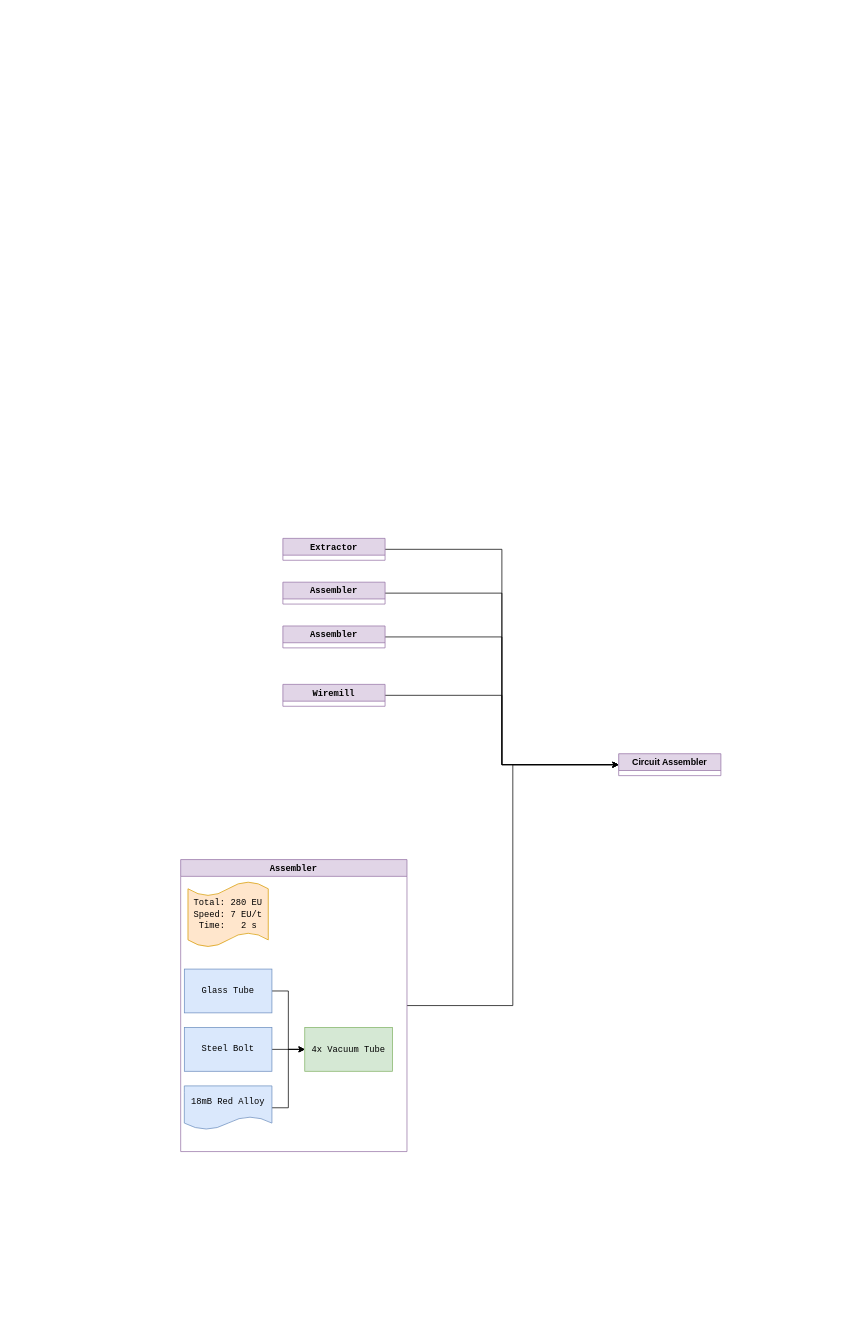
Above: Electronic Circuit.drawio in jkxyzyz/Draw-io-thingys-for-Nomifactory (draw.io), before the change. Source tidied: cells renumbered, new cells numbered last; positions are measured from the earlier drawing's top-left corner, leaving out a move shared by most shapes. Both pictures are drawn from the tidied source at 73%, with x=0, y=0 at pixel (180, 538).
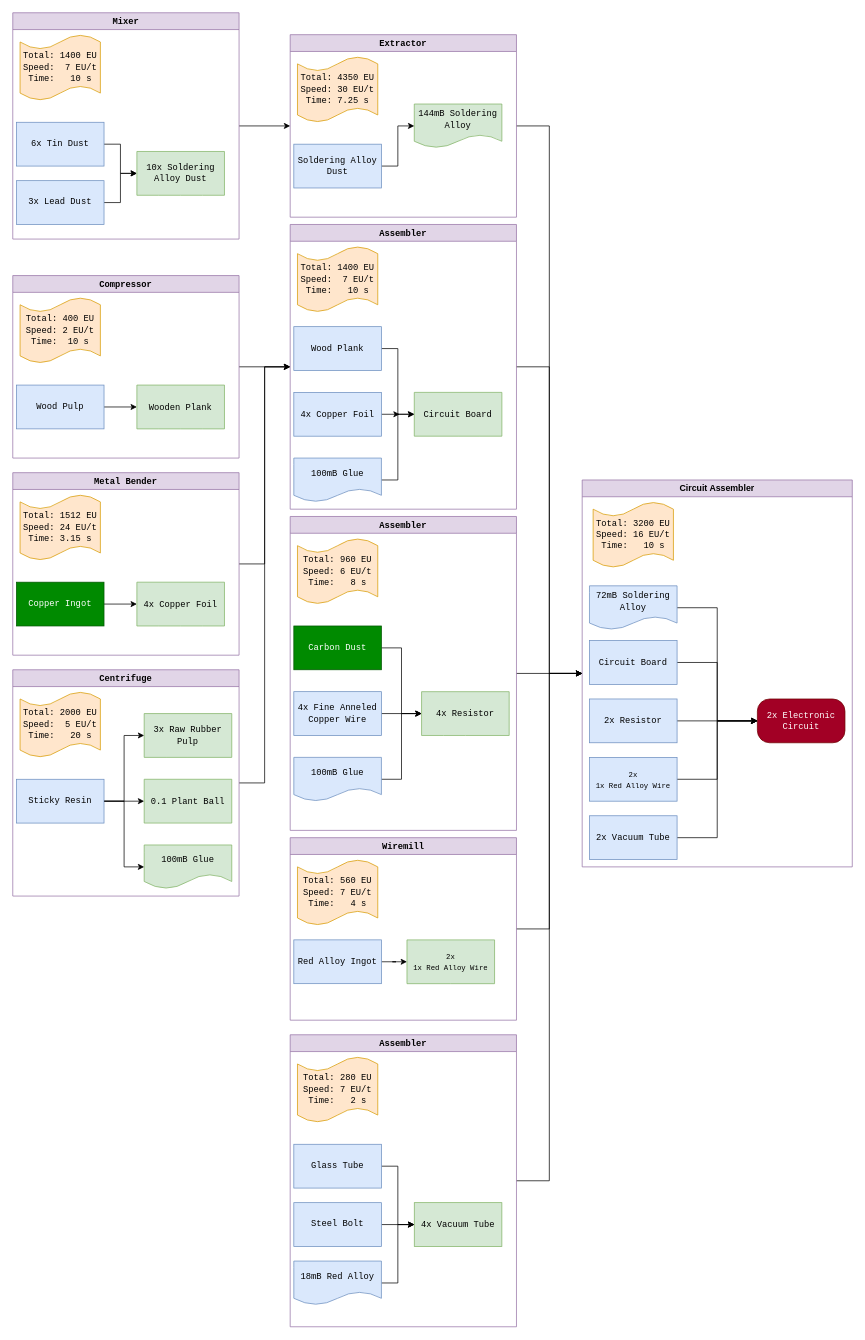
The same diagram, later.

What changed in the source:
```diff
@@
-    <mxCell id="2" value="Circuit Assembler" style="swimlane;whiteSpace=wrap;html=1;fillColor=#e1d5e7;strokeColor=#9673a6;" parent="1" vertex="1" collapsed="1">
-      <mxGeometry x="600" y="295" width="140" height="30" as="geometry" />
+    <mxCell id="2" value="Circuit Assembler" style="swimlane;whiteSpace=wrap;html=1;fillColor=#e1d5e7;strokeColor=#9673a6;" parent="1" vertex="1">
+      <mxGeometry x="550" y="-80" width="370" height="530" as="geometry" />
     </mxCell>
+    <mxCell id="21" value="&lt;font face=&quot;Courier New&quot;&gt;Total: 3200 EU&lt;br&gt;Speed: 16 EU/t&lt;br&gt;Time: &amp;nbsp; 10 s&lt;br&gt;&lt;/font&gt;" style="shape=tape;whiteSpace=wrap;html=1;fillColor=#ffe6cc;strokeColor=#d79b00;size=0.2222222222222222;" parent="2" vertex="1">
+      <mxGeometry x="15" y="30" width="110" height="90" as="geometry" />
+    </mxCell>
+    <mxCell id="22" value="&lt;font face=&quot;Courier New&quot;&gt;2x Electronic Circuit&lt;br&gt;&lt;/font&gt;" style="rounded=1;whiteSpace=wrap;html=1;fillColor=#a20025;strokeColor=#6F0000;arcSize=28;fontColor=#ffffff;" parent="2" vertex="1">
+      <mxGeometry x="240" y="300" width="120" height="60" as="geometry" />
+    </mxCell>
+    <mxCell id="23" style="edgeStyle=orthogonalEdgeStyle;rounded=0;jettySize=auto;html=1;entryX=0;entryY=0.5;entryDx=0;entryDy=0;" parent="2" edge="1" source="24" target="22">
+      <mxGeometry relative="1" as="geometry" />
+    </mxCell>
+    <mxCell id="24" value="&lt;font face=&quot;Courier New&quot;&gt;Circuit Board&lt;br&gt;&lt;/font&gt;" style="rounded=0;whiteSpace=wrap;html=1;fillColor=#dae8fc;strokeColor=#6c8ebf;" parent="2" vertex="1">
+      <mxGeometry x="10" y="220" width="120" height="60" as="geometry" />
+    </mxCell>
+    <mxCell id="25" style="edgeStyle=orthogonalEdgeStyle;rounded=0;jettySize=auto;html=1;entryX=0;entryY=0.5;entryDx=0;entryDy=0;" parent="2" edge="1" source="26" target="22">
+      <mxGeometry relative="1" as="geometry" />
+    </mxCell>
+    <mxCell id="26" value="&lt;font face=&quot;Courier New&quot;&gt;72mB Soldering Alloy&lt;br&gt;&lt;/font&gt;" style="rounded=0;whiteSpace=wrap;html=1;fillColor=#dae8fc;strokeColor=#6c8ebf;shape=document;boundedLbl=1;" parent="2" vertex="1">
+      <mxGeometry x="10" y="145" width="120" height="60" as="geometry" />
+    </mxCell>
+    <mxCell id="27" style="edgeStyle=orthogonalEdgeStyle;rounded=0;jettySize=auto;html=1;entryX=0;entryY=0.5;entryDx=0;entryDy=0;" parent="2" edge="1" source="28" target="22">
+      <mxGeometry relative="1" as="geometry" />
+    </mxCell>
+    <mxCell id="28" value="&lt;font face=&quot;Courier New&quot;&gt;2x Resistor&lt;/font&gt;" style="rounded=0;whiteSpace=wrap;html=1;fillColor=#dae8fc;strokeColor=#6c8ebf;" parent="2" vertex="1">
+      <mxGeometry x="10" y="300" width="120" height="60" as="geometry" />
+    </mxCell>
+    <mxCell id="29" style="edgeStyle=orthogonalEdgeStyle;rounded=0;jettySize=auto;html=1;entryX=0;entryY=0.5;entryDx=0;entryDy=0;" parent="2" edge="1" source="30" target="22">
+      <mxGeometry relative="1" as="geometry" />
+    </mxCell>
+    <mxCell id="30" value="&lt;font style=&quot;font-size: 10px;&quot; face=&quot;Courier New&quot;&gt;2x &lt;br&gt;1x Red Alloy Wire &lt;br&gt;&lt;/font&gt;" style="rounded=0;whiteSpace=wrap;html=1;fillColor=#dae8fc;strokeColor=#6c8ebf;" parent="2" vertex="1">
+      <mxGeometry x="10" y="380" width="120" height="60" as="geometry" />
+    </mxCell>
+    <mxCell id="31" style="edgeStyle=orthogonalEdgeStyle;rounded=0;jettySize=auto;html=1;entryX=0;entryY=0.5;entryDx=0;entryDy=0;" parent="2" edge="1" source="32" target="22">
+      <mxGeometry relative="1" as="geometry" />
+    </mxCell>
+    <mxCell id="32" value="&lt;font face=&quot;Courier New&quot;&gt;2x Vacuum Tube&lt;br&gt;&lt;/font&gt;" style="rounded=0;whiteSpace=wrap;html=1;fillColor=#dae8fc;strokeColor=#6c8ebf;" parent="2" vertex="1">
+      <mxGeometry x="10" y="460" width="120" height="60" as="geometry" />
+    </mxCell>
@@
-    <mxCell id="4" value="&lt;font face=&quot;Courier New&quot;&gt;Extractor&lt;/font&gt;" style="swimlane;whiteSpace=wrap;html=1;fillColor=#e1d5e7;strokeColor=#9673a6;" parent="1" vertex="1" collapsed="1">
-      <mxGeometry x="140" width="140" height="30" as="geometry" />
+    <mxCell id="4" value="&lt;font face=&quot;Courier New&quot;&gt;Extractor&lt;/font&gt;" style="swimlane;whiteSpace=wrap;html=1;fillColor=#e1d5e7;strokeColor=#9673a6;" parent="1" vertex="1">
+      <mxGeometry x="150" y="-690" width="310" height="250" as="geometry" />
     </mxCell>
+    <mxCell id="33" value="&lt;font face=&quot;Courier New&quot;&gt;Total: 4350 EU&lt;br&gt;Speed: 30 EU/t&lt;br&gt;Time: 7.25 s&lt;br&gt;&lt;/font&gt;" style="shape=tape;whiteSpace=wrap;html=1;fillColor=#ffe6cc;strokeColor=#d79b00;size=0.2222222222222222;" parent="4" vertex="1">
+      <mxGeometry x="10" y="30" width="110" height="90" as="geometry" />
+    </mxCell>
+    <mxCell id="34" value="&lt;font face=&quot;Courier New&quot;&gt;144mB Soldering Alloy&lt;br&gt;&lt;/font&gt;" style="rounded=0;whiteSpace=wrap;html=1;fillColor=#d5e8d4;strokeColor=#82b366;shape=document;boundedLbl=1;" parent="4" vertex="1">
+      <mxGeometry x="170" y="95" width="120" height="60" as="geometry" />
+    </mxCell>
+    <mxCell id="35" style="edgeStyle=orthogonalEdgeStyle;rounded=0;jettySize=auto;html=1;entryX=0;entryY=0.5;entryDx=0;entryDy=0;" parent="4" edge="1" source="36" target="34">
+      <mxGeometry relative="1" as="geometry" />
+    </mxCell>
+    <mxCell id="36" value="Soldering Alloy Dust" style="rounded=0;whiteSpace=wrap;html=1;fontFamily=Courier New;fillColor=#dae8fc;strokeColor=#6c8ebf;" parent="4" vertex="1">
+      <mxGeometry x="5" y="150" width="120" height="60" as="geometry" />
+    </mxCell>
@@
-    <mxCell id="6" value="&lt;font face=&quot;Courier New&quot;&gt;Assembler&lt;/font&gt;" style="swimlane;whiteSpace=wrap;html=1;fillColor=#e1d5e7;strokeColor=#9673a6;" parent="1" vertex="1" collapsed="1">
-      <mxGeometry x="140" y="60" width="140" height="30" as="geometry" />
+    <mxCell id="6" value="&lt;font face=&quot;Courier New&quot;&gt;Assembler&lt;/font&gt;" style="swimlane;whiteSpace=wrap;html=1;fillColor=#e1d5e7;strokeColor=#9673a6;" parent="1" vertex="1">
+      <mxGeometry x="150" y="-30" width="310" height="430" as="geometry" />
     </mxCell>
+    <mxCell id="37" value="&lt;font face=&quot;Courier New&quot;&gt;Total: 960 EU&lt;br&gt;Speed: 6 EU/t&lt;br&gt;Time: &amp;nbsp; 8 s&lt;br&gt;&lt;/font&gt;" style="shape=tape;whiteSpace=wrap;html=1;fillColor=#ffe6cc;strokeColor=#d79b00;size=0.2222222222222222;" parent="6" vertex="1">
+      <mxGeometry x="10" y="30" width="110" height="90" as="geometry" />
+    </mxCell>
+    <mxCell id="38" value="&lt;font face=&quot;Courier New&quot;&gt;4x Resistor&lt;br&gt;&lt;/font&gt;" style="rounded=0;whiteSpace=wrap;html=1;fillColor=#d5e8d4;strokeColor=#82b366;shape=document;boundedLbl=1;size=0;" parent="6" vertex="1">
+      <mxGeometry x="180" y="240" width="120" height="60" as="geometry" />
+    </mxCell>
+    <mxCell id="39" style="edgeStyle=orthogonalEdgeStyle;rounded=0;jettySize=auto;html=1;entryX=0;entryY=0.5;entryDx=0;entryDy=0;" parent="6" edge="1" source="40" target="38">
+      <mxGeometry relative="1" as="geometry" />
+    </mxCell>
+    <mxCell id="40" value="&lt;font face=&quot;Courier New&quot;&gt;Carbon Dust&lt;br&gt;&lt;/font&gt;" style="rounded=0;whiteSpace=wrap;html=1;fillColor=#008a00;strokeColor=#005700;align=center;verticalAlign=middle;fontFamily=Courier New;fontSize=12;fontColor=#ffffff;" parent="6" vertex="1">
+      <mxGeometry x="5" y="150" width="120" height="60" as="geometry" />
+    </mxCell>
+    <mxCell id="41" style="edgeStyle=orthogonalEdgeStyle;rounded=0;jettySize=auto;html=1;entryX=0;entryY=0.5;entryDx=0;entryDy=0;" parent="6" edge="1" source="42" target="38">
+      <mxGeometry relative="1" as="geometry" />
+    </mxCell>
+    <mxCell id="42" value="&lt;font face=&quot;Courier New&quot;&gt;4x Fine Anneled Copper Wire&lt;br&gt;&lt;/font&gt;" style="rounded=0;whiteSpace=wrap;html=1;fillColor=#dae8fc;strokeColor=#6c8ebf;" parent="6" vertex="1">
+      <mxGeometry x="5" y="240" width="120" height="60" as="geometry" />
+    </mxCell>
+    <mxCell id="43" style="edgeStyle=orthogonalEdgeStyle;rounded=0;jettySize=auto;html=1;entryX=0;entryY=0.5;entryDx=0;entryDy=0;" parent="6" edge="1" source="44" target="38">
+      <mxGeometry relative="1" as="geometry" />
+    </mxCell>
+    <mxCell id="44" value="&lt;font face=&quot;Courier New&quot;&gt;100mB Glue&lt;br&gt;&lt;/font&gt;" style="shape=document;whiteSpace=wrap;html=1;boundedLbl=1;fillColor=#dae8fc;strokeColor=#6c8ebf;" parent="6" vertex="1">
+      <mxGeometry x="5" y="330" width="120" height="60" as="geometry" />
+    </mxCell>
@@
-    <mxCell id="8" value="&lt;font face=&quot;Courier New&quot;&gt;Assembler&lt;/font&gt;" style="swimlane;whiteSpace=wrap;html=1;fillColor=#e1d5e7;strokeColor=#9673a6;" parent="1" vertex="1" collapsed="1">
-      <mxGeometry x="140" y="120" width="140" height="30" as="geometry" />
+    <mxCell id="8" value="&lt;font face=&quot;Courier New&quot;&gt;Assembler&lt;/font&gt;" style="swimlane;whiteSpace=wrap;html=1;fillColor=#e1d5e7;strokeColor=#9673a6;" parent="1" vertex="1">
+      <mxGeometry x="150" y="-430" width="310" height="390" as="geometry" />
     </mxCell>
+    <mxCell id="45" value="&lt;font face=&quot;Courier New&quot;&gt;Total: 1400 EU&lt;br&gt;Speed:&amp;nbsp; 7 EU/t&lt;br&gt;Time: &amp;nbsp; 10 s&lt;br&gt;&lt;/font&gt;" style="shape=tape;whiteSpace=wrap;html=1;fillColor=#ffe6cc;strokeColor=#d79b00;size=0.2222222222222222;" parent="8" vertex="1">
+      <mxGeometry x="10" y="30" width="110" height="90" as="geometry" />
+    </mxCell>
+    <mxCell id="46" value="&lt;font face=&quot;Courier New&quot;&gt;Circuit Board&lt;br&gt;&lt;/font&gt;" style="rounded=0;whiteSpace=wrap;html=1;fillColor=#d5e8d4;strokeColor=#82b366;shape=document;boundedLbl=1;size=0;" parent="8" vertex="1">
+      <mxGeometry x="170" y="230" width="120" height="60" as="geometry" />
+    </mxCell>
+    <mxCell id="47" style="edgeStyle=orthogonalEdgeStyle;rounded=0;jettySize=auto;html=1;entryX=0;entryY=0.5;entryDx=0;entryDy=0;" parent="8" edge="1" source="48" target="46">
+      <mxGeometry relative="1" as="geometry" />
+    </mxCell>
+    <mxCell id="48" value="&lt;font face=&quot;Courier New&quot;&gt;Wood Plank&lt;br&gt;&lt;/font&gt;" style="rounded=0;whiteSpace=wrap;html=1;fillColor=#dae8fc;strokeColor=#6c8ebf;" parent="8" vertex="1">
+      <mxGeometry x="5" y="140" width="120" height="60" as="geometry" />
+    </mxCell>
+    <mxCell id="49" style="edgeStyle=orthogonalEdgeStyle;rounded=0;jettySize=auto;html=1;" parent="8" edge="1" source="50">
+      <mxGeometry relative="1" as="geometry">
+        <mxPoint x="150" y="260" as="targetPoint" />
+      </mxGeometry>
+    </mxCell>
+    <mxCell id="50" value="&lt;font face=&quot;Courier New&quot;&gt;4x Copper Foil&lt;br&gt;&lt;/font&gt;" style="rounded=0;whiteSpace=wrap;html=1;fillColor=#dae8fc;strokeColor=#6c8ebf;" parent="8" vertex="1">
+      <mxGeometry x="5" y="230" width="120" height="60" as="geometry" />
+    </mxCell>
+    <mxCell id="51" style="edgeStyle=orthogonalEdgeStyle;rounded=0;jettySize=auto;html=1;entryX=0;entryY=0.5;entryDx=0;entryDy=0;" parent="8" edge="1" source="52" target="46">
+      <mxGeometry relative="1" as="geometry" />
+    </mxCell>
+    <mxCell id="52" value="&lt;font face=&quot;Courier New&quot;&gt;100mB Glue&lt;br&gt;&lt;/font&gt;" style="shape=document;whiteSpace=wrap;html=1;boundedLbl=1;fillColor=#dae8fc;strokeColor=#6c8ebf;" parent="8" vertex="1">
+      <mxGeometry x="5" y="320" width="120" height="60" as="geometry" />
+    </mxCell>
@@
-    <mxCell id="10" value="&lt;font face=&quot;Courier New&quot;&gt;Wiremill&lt;/font&gt;" style="swimlane;whiteSpace=wrap;html=1;fillColor=#e1d5e7;strokeColor=#9673a6;" parent="1" vertex="1" collapsed="1">
-      <mxGeometry x="140" y="200" width="140" height="30" as="geometry" />
+    <mxCell id="10" value="&lt;font face=&quot;Courier New&quot;&gt;Wiremill&lt;/font&gt;" style="swimlane;whiteSpace=wrap;html=1;fillColor=#e1d5e7;strokeColor=#9673a6;" parent="1" vertex="1">
+      <mxGeometry x="150" y="410" width="310" height="250" as="geometry" />
     </mxCell>
+    <mxCell id="53" value="&lt;font face=&quot;Courier New&quot;&gt;Total: 560 EU&lt;br&gt;Speed: 7 EU/t&lt;br&gt;Time: &amp;nbsp; 4 s&lt;br&gt;&lt;/font&gt;" style="shape=tape;whiteSpace=wrap;html=1;fillColor=#ffe6cc;strokeColor=#d79b00;size=0.2222222222222222;" parent="10" vertex="1">
+      <mxGeometry x="10" y="30" width="110" height="90" as="geometry" />
+    </mxCell>
+    <mxCell id="54" value="&lt;font style=&quot;font-size: 10px;&quot; face=&quot;Courier New&quot;&gt;2x &lt;br&gt;1x Red Alloy Wire &lt;br&gt;&lt;/font&gt;" style="rounded=0;whiteSpace=wrap;html=1;fillColor=#d5e8d4;strokeColor=#82b366;shape=document;boundedLbl=1;size=0;" parent="10" vertex="1">
+      <mxGeometry x="160" y="140" width="120" height="60" as="geometry" />
+    </mxCell>
+    <mxCell id="55" style="edgeStyle=orthogonalEdgeStyle;rounded=0;jettySize=auto;html=1;entryX=0;entryY=0.5;entryDx=0;entryDy=0;" parent="10" edge="1" source="56" target="54">
+      <mxGeometry relative="1" as="geometry" />
+    </mxCell>
+    <mxCell id="56" value="Red Alloy Ingot" style="rounded=0;whiteSpace=wrap;html=1;fillColor=#dae8fc;strokeColor=#6c8ebf;fontFamily=Courier New;" parent="10" vertex="1">
+      <mxGeometry x="5" y="140" width="120" height="60" as="geometry" />
+    </mxCell>
@@
     <mxCell id="12" value="&lt;font face=&quot;Courier New&quot;&gt;Assembler&lt;/font&gt;" style="swimlane;whiteSpace=wrap;html=1;fillColor=#e1d5e7;strokeColor=#9673a6;" parent="1" vertex="1">
-      <mxGeometry y="440" width="310" height="400" as="geometry" />
+      <mxGeometry x="150" y="680" width="310" height="400" as="geometry" />
     </mxCell>
@@
+    <mxCell id="57" style="edgeStyle=orthogonalEdgeStyle;rounded=0;jettySize=auto;html=1;entryX=0;entryY=0.5;entryDx=0;entryDy=0;" parent="1" edge="1" source="58" target="4">
+      <mxGeometry relative="1" as="geometry" />
+    </mxCell>
+    <mxCell id="58" value="&lt;font face=&quot;Courier New&quot;&gt;Mixer&lt;/font&gt;" style="swimlane;whiteSpace=wrap;html=1;fillColor=#e1d5e7;strokeColor=#9673a6;" parent="1" vertex="1">
+      <mxGeometry x="-230" y="-720" width="310" height="310" as="geometry" />
+    </mxCell>
+    <mxCell id="59" value="&lt;font face=&quot;Courier New&quot;&gt;Total: 1400 EU&lt;br&gt;Speed:&amp;nbsp; 7 EU/t&lt;br&gt;Time:&amp;nbsp;&amp;nbsp; 10 s&lt;br&gt;&lt;/font&gt;" style="shape=tape;whiteSpace=wrap;html=1;fillColor=#ffe6cc;strokeColor=#d79b00;size=0.2222222222222222;" parent="58" vertex="1">
+      <mxGeometry x="10" y="30" width="110" height="90" as="geometry" />
+    </mxCell>
+    <mxCell id="60" value="10x Soldering Alloy Dust" style="rounded=0;whiteSpace=wrap;html=1;fillColor=#d5e8d4;strokeColor=#82b366;shape=document;boundedLbl=1;size=0;fontFamily=Courier New;" parent="58" vertex="1">
+      <mxGeometry x="170" y="190" width="120" height="60" as="geometry" />
+    </mxCell>
+    <mxCell id="61" style="edgeStyle=orthogonalEdgeStyle;rounded=0;jettySize=auto;html=1;entryX=0;entryY=0.5;entryDx=0;entryDy=0;" parent="58" edge="1" source="62" target="60">
+      <mxGeometry relative="1" as="geometry" />
+    </mxCell>
+    <mxCell id="62" value="6x Tin Dust" style="rounded=0;whiteSpace=wrap;html=1;fontFamily=Courier New;fillColor=#dae8fc;strokeColor=#6c8ebf;" parent="58" vertex="1">
+      <mxGeometry x="5" y="150" width="120" height="60" as="geometry" />
+    </mxCell>
+    <mxCell id="63" style="edgeStyle=orthogonalEdgeStyle;rounded=0;jettySize=auto;html=1;entryX=0;entryY=0.5;entryDx=0;entryDy=0;" parent="58" edge="1" source="64" target="60">
+      <mxGeometry relative="1" as="geometry" />
+    </mxCell>
+    <mxCell id="64" value="3x Lead Dust" style="rounded=0;whiteSpace=wrap;html=1;fontFamily=Courier New;fillColor=#dae8fc;strokeColor=#6c8ebf;" parent="58" vertex="1">
+      <mxGeometry x="5" y="230" width="120" height="60" as="geometry" />
+    </mxCell>
+    <mxCell id="65" style="edgeStyle=orthogonalEdgeStyle;rounded=0;jettySize=auto;html=1;entryX=0;entryY=0.5;entryDx=0;entryDy=0;" parent="1" edge="1" source="66" target="8">
+      <mxGeometry relative="1" as="geometry" />
+    </mxCell>
+    <mxCell id="66" value="&lt;font face=&quot;Courier New&quot;&gt;Compressor&lt;/font&gt;" style="swimlane;whiteSpace=wrap;html=1;fillColor=#e1d5e7;strokeColor=#9673a6;" parent="1" vertex="1">
+      <mxGeometry x="-230" y="-360" width="310" height="250" as="geometry" />
+    </mxCell>
+    <mxCell id="67" value="&lt;font face=&quot;Courier New&quot;&gt;Total: 400 EU&lt;br&gt;Speed: 2 EU/t&lt;br&gt;Time:&amp;nbsp; 10 s&lt;br&gt;&lt;/font&gt;" style="shape=tape;whiteSpace=wrap;html=1;fillColor=#ffe6cc;strokeColor=#d79b00;size=0.2222222222222222;" parent="66" vertex="1">
+      <mxGeometry x="10" y="30" width="110" height="90" as="geometry" />
+    </mxCell>
+    <mxCell id="68" value="&lt;font face=&quot;Courier New&quot;&gt;Wooden Plank&lt;br&gt;&lt;/font&gt;" style="rounded=0;whiteSpace=wrap;html=1;fillColor=#d5e8d4;strokeColor=#82b366;shape=document;boundedLbl=1;size=0;" parent="66" vertex="1">
+      <mxGeometry x="170" y="150" width="120" height="60" as="geometry" />
+    </mxCell>
+    <mxCell id="69" style="edgeStyle=orthogonalEdgeStyle;rounded=0;jettySize=auto;html=1;entryX=0;entryY=0.5;entryDx=0;entryDy=0;" parent="66" edge="1" source="70" target="68">
+      <mxGeometry relative="1" as="geometry" />
+    </mxCell>
+    <mxCell id="70" value="Wood Pulp" style="rounded=0;whiteSpace=wrap;html=1;fontFamily=Courier New;fillColor=#dae8fc;strokeColor=#6c8ebf;" parent="66" vertex="1">
+      <mxGeometry x="5" y="150" width="120" height="60" as="geometry" />
+    </mxCell>
+    <mxCell id="71" style="edgeStyle=orthogonalEdgeStyle;rounded=0;jettySize=auto;html=1;entryX=0;entryY=0.5;entryDx=0;entryDy=0;" parent="1" edge="1" source="72" target="8">
+      <mxGeometry relative="1" as="geometry" />
+    </mxCell>
+    <mxCell id="72" value="&lt;font face=&quot;Courier New&quot;&gt;Metal Bender&lt;br&gt;&lt;/font&gt;" style="swimlane;whiteSpace=wrap;html=1;fillColor=#e1d5e7;strokeColor=#9673a6;" parent="1" vertex="1">
+      <mxGeometry x="-230" y="-90" width="310" height="250" as="geometry" />
+    </mxCell>
+    <mxCell id="73" value="&lt;font face=&quot;Courier New&quot;&gt;Total: 1512 EU&lt;br&gt;Speed: 24 EU/t&lt;br&gt;Time: 3.15 s&lt;br&gt;&lt;/font&gt;" style="shape=tape;whiteSpace=wrap;html=1;fillColor=#ffe6cc;strokeColor=#d79b00;size=0.2222222222222222;" parent="72" vertex="1">
+      <mxGeometry x="10" y="30" width="110" height="90" as="geometry" />
+    </mxCell>
+    <mxCell id="74" value="&lt;font face=&quot;Courier New&quot;&gt;4x Copper Foil&lt;br&gt;&lt;/font&gt;" style="rounded=0;whiteSpace=wrap;html=1;fillColor=#d5e8d4;strokeColor=#82b366;shape=document;boundedLbl=1;size=0;" parent="72" vertex="1">
+      <mxGeometry x="170" y="150" width="120" height="60" as="geometry" />
+    </mxCell>
+    <mxCell id="75" style="edgeStyle=orthogonalEdgeStyle;rounded=0;jettySize=auto;html=1;entryX=0;entryY=0.5;entryDx=0;entryDy=0;" parent="72" edge="1" source="76" target="74">
+      <mxGeometry relative="1" as="geometry" />
+    </mxCell>
+    <mxCell id="76" value="Copper Ingot" style="rounded=0;whiteSpace=wrap;html=1;fontFamily=Courier New;fillColor=#008a00;strokeColor=#005700;fontColor=#ffffff;" parent="72" vertex="1">
+      <mxGeometry x="5" y="150" width="120" height="60" as="geometry" />
+    </mxCell>
+    <mxCell id="77" style="edgeStyle=orthogonalEdgeStyle;rounded=0;jettySize=auto;html=1;entryX=0;entryY=0.5;entryDx=0;entryDy=0;" parent="1" edge="1" source="78" target="8">
+      <mxGeometry relative="1" as="geometry" />
+    </mxCell>
+    <mxCell id="78" value="&lt;font face=&quot;Courier New&quot;&gt;Centrifuge&lt;/font&gt;" style="swimlane;whiteSpace=wrap;html=1;fillColor=#e1d5e7;strokeColor=#9673a6;" parent="1" vertex="1">
+      <mxGeometry x="-230" y="180" width="310" height="310" as="geometry" />
+    </mxCell>
+    <mxCell id="79" value="&lt;font face=&quot;Courier New&quot;&gt;Total: 2000 EU&lt;br&gt;Speed:&amp;nbsp; 5 EU/t&lt;br&gt;Time: &amp;nbsp; 20 s&lt;br&gt;&lt;/font&gt;" style="shape=tape;whiteSpace=wrap;html=1;fillColor=#ffe6cc;strokeColor=#d79b00;size=0.2222222222222222;" parent="78" vertex="1">
+      <mxGeometry x="10" y="30" width="110" height="90" as="geometry" />
+    </mxCell>
+    <mxCell id="80" value="&lt;font face=&quot;Courier New&quot;&gt;3x Raw Rubber Pulp&lt;br&gt;&lt;/font&gt;" style="rounded=0;whiteSpace=wrap;html=1;fillColor=#d5e8d4;strokeColor=#82b366;shape=document;boundedLbl=1;size=0;" parent="78" vertex="1">
+      <mxGeometry x="180" y="60" width="120" height="60" as="geometry" />
+    </mxCell>
+    <mxCell id="81" style="edgeStyle=orthogonalEdgeStyle;rounded=0;jettySize=auto;html=1;entryX=0;entryY=0.5;entryDx=0;entryDy=0;" parent="78" edge="1" source="83" target="80">
+      <mxGeometry relative="1" as="geometry" />
+    </mxCell>
+    <mxCell id="82" style="edgeStyle=orthogonalEdgeStyle;rounded=0;jettySize=auto;html=1;entryX=0;entryY=0.5;entryDx=0;entryDy=0;" parent="78" edge="1" source="83" target="84">
+      <mxGeometry relative="1" as="geometry" />
+    </mxCell>
+    <mxCell id="83" value="Sticky Resin" style="rounded=0;whiteSpace=wrap;html=1;fontFamily=Courier New;fillColor=#dae8fc;strokeColor=#6c8ebf;" parent="78" vertex="1">
+      <mxGeometry x="5" y="150" width="120" height="60" as="geometry" />
+    </mxCell>
+    <mxCell id="84" value="&lt;font face=&quot;Courier New&quot;&gt;0.1 Plant Ball&lt;br&gt;&lt;/font&gt;" style="rounded=0;whiteSpace=wrap;html=1;fillColor=#d5e8d4;strokeColor=#82b366;shape=document;boundedLbl=1;size=0;" parent="78" vertex="1">
+      <mxGeometry x="180" y="150" width="120" height="60" as="geometry" />
+    </mxCell>
+    <mxCell id="85" value="&lt;font face=&quot;Courier New&quot;&gt;100mB Glue&lt;br&gt;&lt;/font&gt;" style="rounded=0;whiteSpace=wrap;html=1;fillColor=#d5e8d4;strokeColor=#82b366;shape=document;boundedLbl=1;size=0.3333333333333333;" parent="1" vertex="1">
+      <mxGeometry x="-50" y="420" width="120" height="60" as="geometry" />
+    </mxCell>
+    <mxCell id="86" style="edgeStyle=orthogonalEdgeStyle;rounded=0;jettySize=auto;html=1;entryX=0;entryY=0.5;entryDx=0;entryDy=0;" parent="1" edge="1" source="83" target="85">
+      <mxGeometry relative="1" as="geometry" />
+    </mxCell>
```
